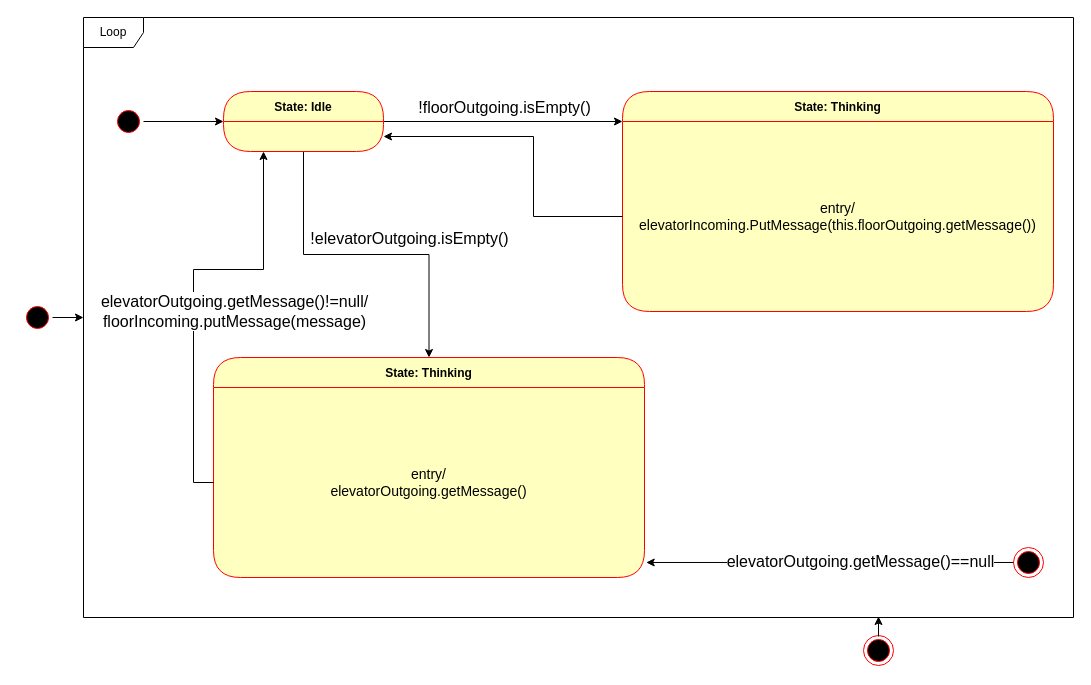
Earlier version of the draw.io diagram I2/SchedulerStateMachine.drawio (GAchuzia/groupProject-SYSC3303). Source tidied: cells renumbered, new cells numbered last; positions are measured from the earlier drawing's top-left corner, leaving out a move shared by most shapes. Both pictures are drawn from the tidied source at 100%, with x=0, y=0 at pixel (22, 17).
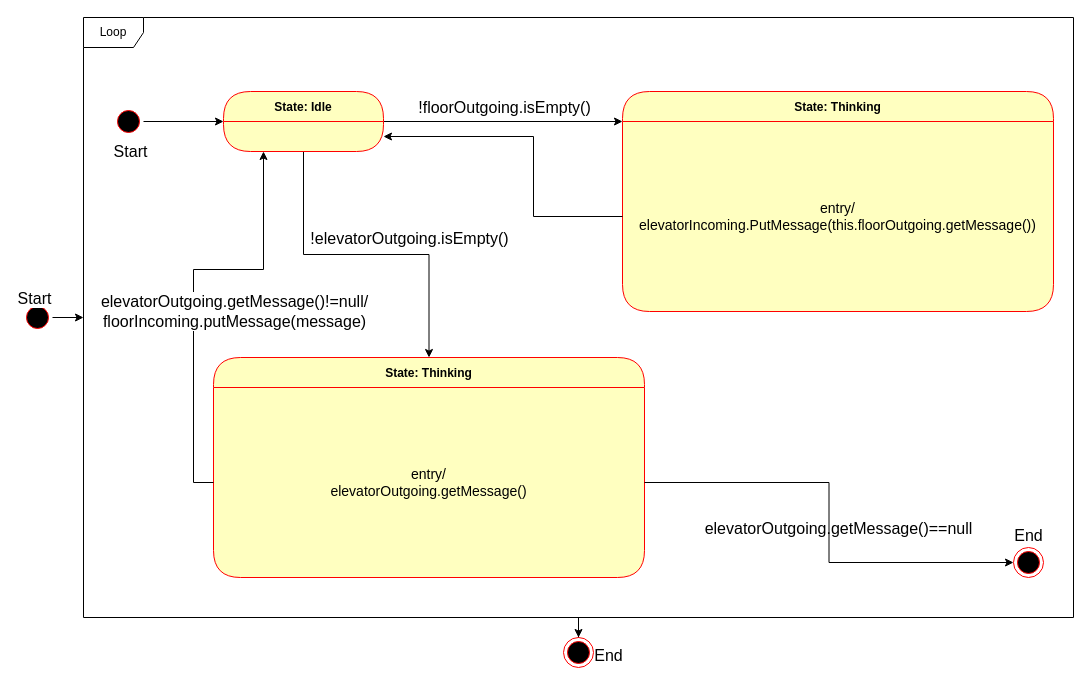
Above is the later version.

The change refers to these unchanged cells:
```xml
<mxCell id="9" value="Loop" style="shape=umlFrame;whiteSpace=wrap;html=1;" parent="1" vertex="1">
  <mxGeometry x="61" width="990" height="600" as="geometry" />
</mxCell>
<mxCell id="15" value="&lt;font style=&quot;font-size: 14px;&quot;&gt;entry/&lt;br&gt;elevatorOutgoing.getMessage()&lt;br&gt;&lt;/font&gt;" style="text;html=1;strokeColor=none;fillColor=none;align=center;verticalAlign=middle;spacingLeft=4;spacingRight=4;whiteSpace=wrap;overflow=hidden;fontColor=#000000;" parent="14" vertex="1">
  <mxGeometry y="30" width="431" height="190" as="geometry" />
</mxCell>
<mxCell id="16" style="ellipse;html=1;shape=endState;fillColor=#000000;strokeColor=#ff0000;" parent="1" vertex="1">
  <mxGeometry x="991" y="530" width="30" height="30" as="geometry" />
</mxCell>
```

What changed in the source:
```diff
@@
+    <mxCell id="24" style="edgeStyle=orthogonalEdgeStyle;rounded=0;jettySize=auto;html=1;entryX=0.5;entryY=0;entryDx=0;entryDy=0;" parent="1" edge="1" source="9" target="19">
+      <mxGeometry relative="1" as="geometry" />
+    </mxCell>
@@
-    <mxCell id="17" style="edgeStyle=orthogonalEdgeStyle;rounded=0;jettySize=auto;html=1;entryX=1.004;entryY=0.921;entryDx=0;entryDy=0;entryPerimeter=0;" parent="1" edge="1" source="16" target="15">
-      <mxGeometry relative="1" as="geometry" />
-    </mxCell>
-    <mxCell id="18" value="elevatorOutgoing.getMessage()==null" style="edgeLabel;html=1;align=center;verticalAlign=middle;fontSize=16;" parent="17" vertex="1">
-      <mxGeometry x="-0.16" y="-1" relative="1" as="geometry" />
-    </mxCell>
     <mxCell id="19" style="ellipse;html=1;shape=endState;fillColor=#000000;strokeColor=#ff0000;" parent="1" vertex="1">
-      <mxGeometry x="841" y="618" width="30" height="30" as="geometry" />
+      <mxGeometry x="541" y="620" width="30" height="30" as="geometry" />
     </mxCell>
-    <mxCell id="20" style="edgeStyle=orthogonalEdgeStyle;rounded=0;orthogonalLoop=1;jettySize=auto;html=1;entryX=0.803;entryY=1.015;entryDx=0;entryDy=0;entryPerimeter=0;" parent="1" edge="1">
-      <mxGeometry relative="1" as="geometry">
-        <mxPoint x="856" y="619" as="sourcePoint" />
-        <mxPoint x="856" y="599" as="targetPoint" />
-      </mxGeometry>
-    </mxCell>
@@
+    <mxCell id="18" value="elevatorOutgoing.getMessage()==null" style="edgeLabel;html=1;align=center;verticalAlign=middle;fontSize=16;" parent="1" vertex="1">
+      <mxGeometry x="815.5" y="510" as="geometry" />
+    </mxCell>
+    <mxCell id="25" style="edgeStyle=orthogonalEdgeStyle;rounded=0;jettySize=auto;html=1;entryX=0;entryY=0.5;entryDx=0;entryDy=0;" parent="1" edge="1" source="15" target="16">
+      <mxGeometry relative="1" as="geometry" />
+    </mxCell>
+    <mxCell id="26" value="Start" style="edgeLabel;html=1;align=center;verticalAlign=middle;fontSize=16;" parent="1" vertex="1">
+      <mxGeometry x="106" y="134" as="geometry">
+        <mxPoint x="1" y="-1" as="offset" />
+      </mxGeometry>
+    </mxCell>
+    <mxCell id="27" value="Start" style="edgeLabel;html=1;align=center;verticalAlign=middle;fontSize=16;" parent="1" vertex="1">
+      <mxGeometry x="121" y="170" as="geometry">
+        <mxPoint x="-110" y="110" as="offset" />
+      </mxGeometry>
+    </mxCell>
+    <mxCell id="28" value="End" style="edgeLabel;html=1;align=center;verticalAlign=middle;fontSize=16;" parent="1" vertex="1">
+      <mxGeometry x="1031" y="530" as="geometry">
+        <mxPoint x="-26" y="-13" as="offset" />
+      </mxGeometry>
+    </mxCell>
+    <mxCell id="29" value="End" style="edgeLabel;html=1;align=center;verticalAlign=middle;fontSize=16;" parent="1" vertex="1">
+      <mxGeometry x="611" y="650" as="geometry">
+        <mxPoint x="-26" y="-13" as="offset" />
+      </mxGeometry>
+    </mxCell>
```
